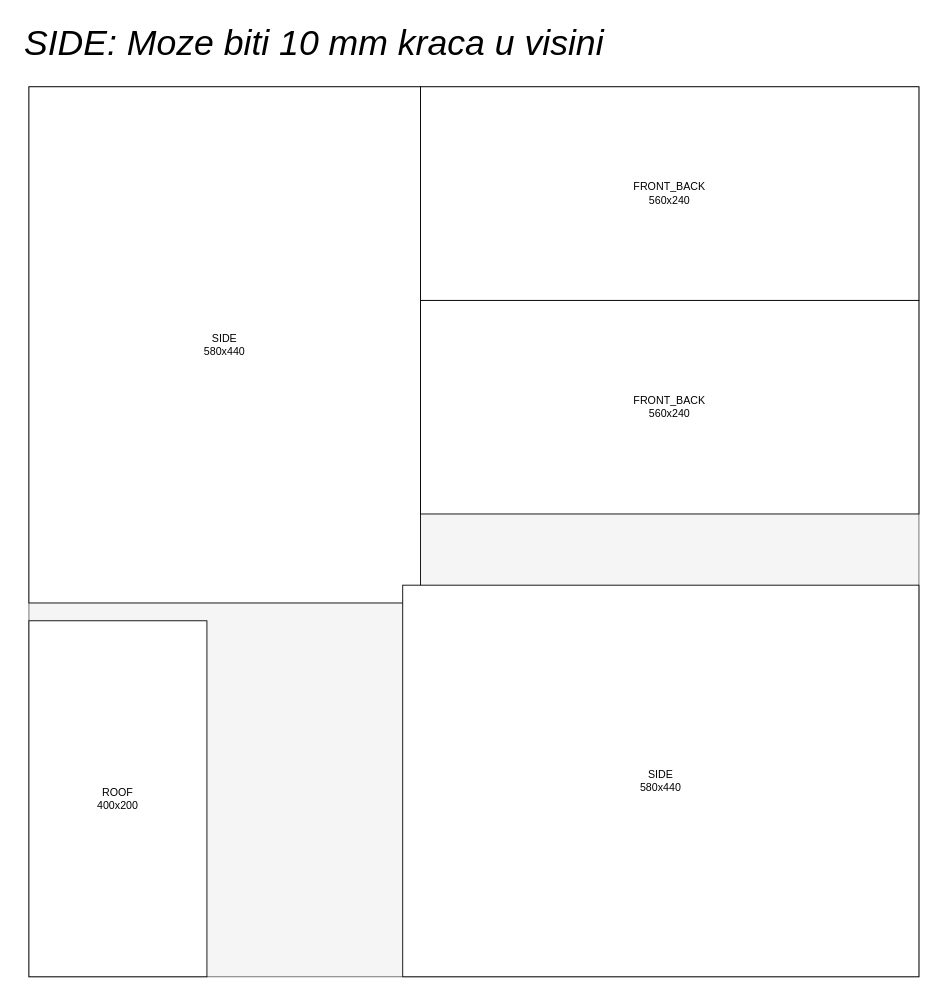
The draw.io diagram docs/PLEXI_plates.drawio in djordjevujic/slat-sort-cam-dark-box, before the edit. Source tidied: cells renumbered, new cells numbered last; positions are measured from the earlier drawing's top-left corner, leaving out a move shared by most shapes. Both pictures are drawn from the tidied source at 89%, with x=0, y=0 at pixel (15, 15).
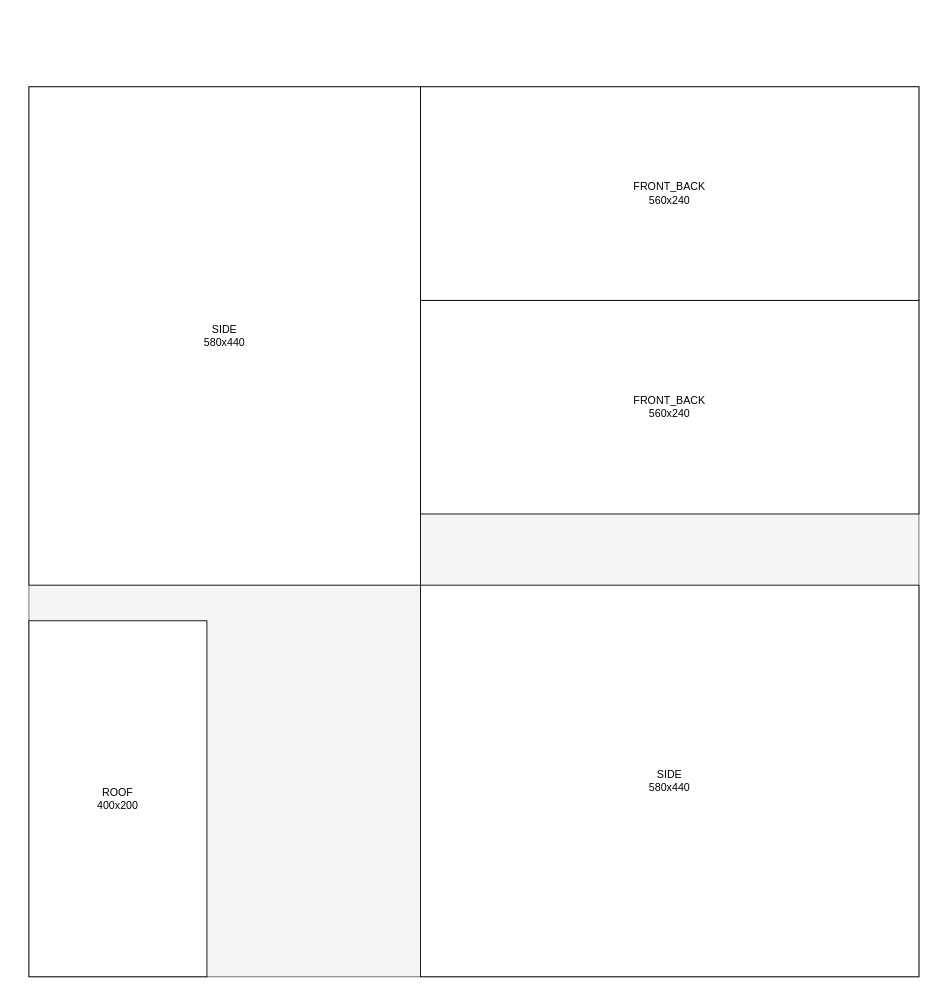
Above is the later version.

Commit message (it also covers changes not shown here):
Order details and .step files for plates (plexiglas parts)

Change to the diagram source:
```diff
@@
 <mxGraphModel>
   <root>
     <mxCell id="0" />
     <mxCell id="1" parent="0" />
     <mxCell id="2" value="&lt;font style=&quot;font-size: 29px;&quot;&gt;1000x1000&lt;/font&gt;" style="rounded=0;whiteSpace=wrap;html=1;verticalAlign=top;fillColor=#f5f5f5;fontColor=#333333;strokeColor=#666666;" parent="1" vertex="1">
       <mxGeometry x="15" y="80" width="1000" height="1000" as="geometry" />
     </mxCell>
     <mxCell id="3" value="SIDE&lt;div&gt;580x440&lt;/div&gt;" style="rounded=0;whiteSpace=wrap;html=1;" parent="1" vertex="1">
-      <mxGeometry x="15" y="80" width="440" height="580" as="geometry" />
+      <mxGeometry x="15" y="80" width="440" height="560" as="geometry" />
     </mxCell>
     <mxCell id="4" value="FRONT_BACK&lt;div&gt;560x240&lt;/div&gt;" style="rounded=0;whiteSpace=wrap;html=1;direction=south;" parent="1" vertex="1">
       <mxGeometry x="455" y="320" width="560" height="240" as="geometry" />
     </mxCell>
     <mxCell id="5" value="ROOF&lt;div&gt;400x200&lt;/div&gt;" style="rounded=0;whiteSpace=wrap;html=1;" parent="1" vertex="1">
       <mxGeometry x="15" y="680" width="200" height="400" as="geometry" />
     </mxCell>
     <mxCell id="6" value="FRONT_BACK&lt;div&gt;560x240&lt;/div&gt;" style="rounded=0;whiteSpace=wrap;html=1;direction=south;" parent="1" vertex="1">
       <mxGeometry x="455" y="80" width="560" height="240" as="geometry" />
     </mxCell>
     <mxCell id="7" value="SIDE&lt;div&gt;580x440&lt;/div&gt;" style="rounded=0;whiteSpace=wrap;html=1;direction=south;" parent="1" vertex="1">
-      <mxGeometry x="435" y="640" width="580" height="440" as="geometry" />
+      <mxGeometry x="455" y="640" width="560" height="440" as="geometry" />
     </mxCell>
-    <mxCell id="8" value="&lt;font style=&quot;font-size: 40px;&quot;&gt;SIDE: Moze biti 10 mm kraca u visini&lt;/font&gt;" style="text;html=1;align=center;verticalAlign=middle;strokeColor=none;fillColor=none;fontStyle=2;" parent="1" vertex="1">
-      <mxGeometry width="670" height="60" as="geometry" />
-    </mxCell>
   </root>
 </mxGraphModel>
```
